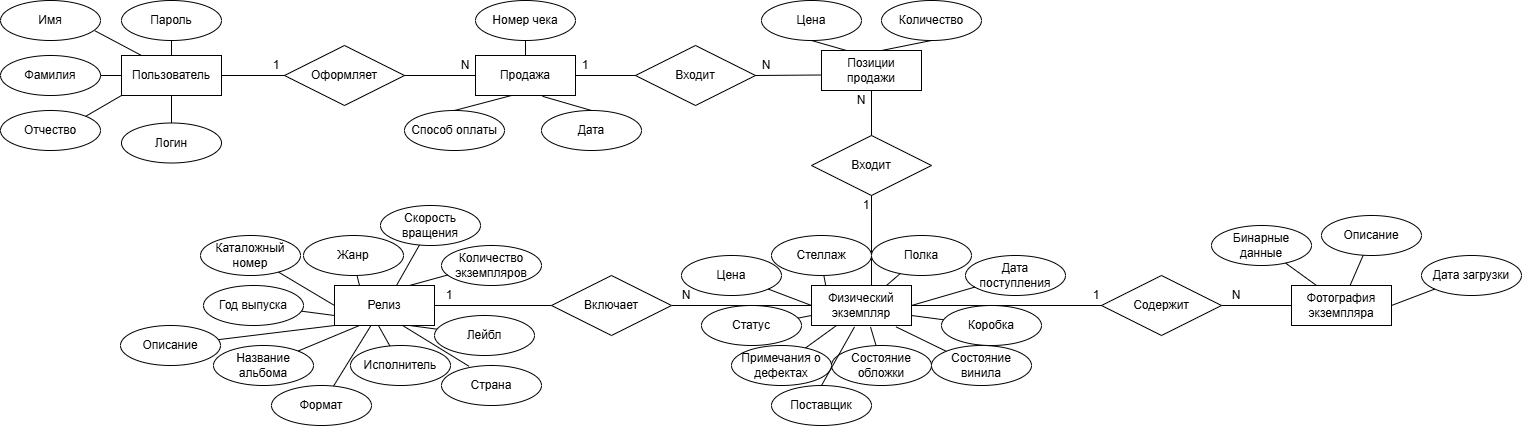
Before: КонцептуальнаяМодель.drawio.png, a diagram exported from draw.io (Angelina20062025/MusicShopJava). Source tidied: cells renumbered, new cells last; positions are measured from the earlier drawing's top-left corner, leaving out a move shared by most shapes.
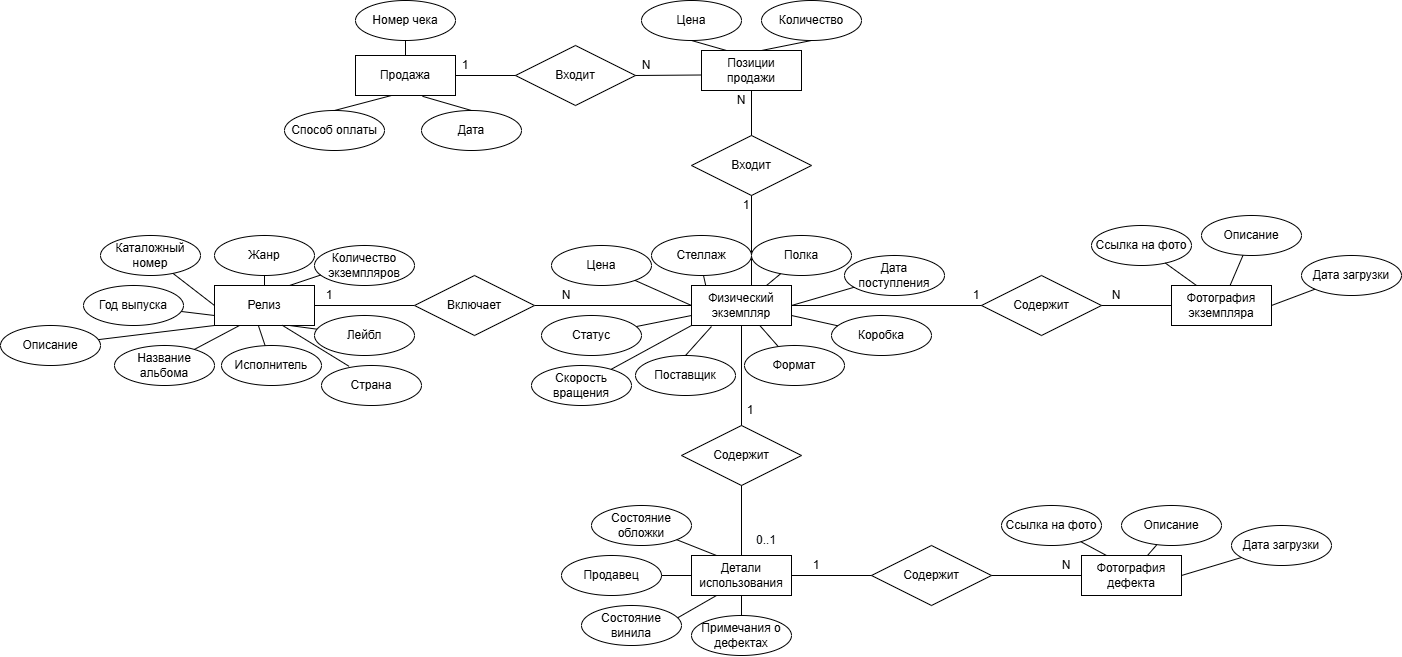
After the commit.

Commit message:
Дополнение моделей

What changed in the source:
```diff
@@ -6,25 +6,25 @@
       <mxGeometry x="811" y="285" width="100" height="40" as="geometry" />
     </mxCell>
     <mxCell id="3" value="Состояние обложки" style="ellipse;whiteSpace=wrap;html=1;align=center;" parent="1" vertex="1">
-      <mxGeometry x="831" y="345" width="100" height="40" as="geometry" />
+      <mxGeometry x="711" y="505" width="100" height="40" as="geometry" />
     </mxCell>
     <mxCell id="4" value="Название альбома" style="ellipse;whiteSpace=wrap;html=1;align=center;" parent="1" vertex="1">
-      <mxGeometry x="213" y="345" width="100" height="40" as="geometry" />
+      <mxGeometry x="234" y="345" width="100" height="40" as="geometry" />
     </mxCell>
     <mxCell id="5" value="Каталожный номер" style="ellipse;whiteSpace=wrap;html=1;align=center;" parent="1" vertex="1">
-      <mxGeometry x="200" y="235" width="100" height="40" as="geometry" />
+      <mxGeometry x="220" y="235" width="100" height="40" as="geometry" />
     </mxCell>
     <mxCell id="6" value="Количество экземпляров" style="ellipse;whiteSpace=wrap;html=1;align=center;" parent="1" vertex="1">
-      <mxGeometry x="441" y="245" width="100" height="40" as="geometry" />
+      <mxGeometry x="434" y="245" width="100" height="40" as="geometry" />
     </mxCell>
     <mxCell id="7" value="Состояние винила" style="ellipse;whiteSpace=wrap;html=1;align=center;" parent="1" vertex="1">
-      <mxGeometry x="931" y="345" width="100" height="40" as="geometry" />
+      <mxGeometry x="701" y="605" width="100" height="40" as="geometry" />
     </mxCell>
     <mxCell id="8" value="Год выпуска" style="ellipse;whiteSpace=wrap;html=1;align=center;" parent="1" vertex="1">
       <mxGeometry x="203" y="285" width="100" height="40" as="geometry" />
     </mxCell>
     <mxCell id="9" value="Исполнитель" style="ellipse;whiteSpace=wrap;html=1;align=center;" parent="1" vertex="1">
-      <mxGeometry x="350" y="345" width="100" height="40" as="geometry" />
+      <mxGeometry x="341" y="345" width="100" height="40" as="geometry" />
     </mxCell>
     <mxCell id="10" style="endArrow=none;html=1;rounded=0;entryX=0.438;entryY=0.995;entryDx=0;entryDy=0;entryPerimeter=0;" parent="1" edge="1" source="9" target="75">
       <mxGeometry relative="1" as="geometry" />
@@ -32,13 +32,13 @@
     <mxCell id="11" style="endArrow=none;html=1;rounded=0;entryX=0;entryY=0.5;entryDx=0;entryDy=0;" parent="1" edge="1" source="5" target="75">
       <mxGeometry relative="1" as="geometry" />
     </mxCell>
-    <mxCell id="12" style="endArrow=none;html=1;rounded=0;entryX=0;entryY=0;entryDx=0;entryDy=0;exitX=0.846;exitY=1.035;exitDx=0;exitDy=0;exitPerimeter=0;" parent="1" edge="1" source="2" target="7">
+    <mxCell id="12" style="endArrow=none;html=1;rounded=0;entryX=0.965;entryY=0.303;entryDx=0;entryDy=0;exitX=0.25;exitY=1;exitDx=0;exitDy=0;entryPerimeter=0;" parent="1" edge="1" source="101" target="7">
       <mxGeometry relative="1" as="geometry" />
     </mxCell>
     <mxCell id="13" style="endArrow=none;html=1;rounded=0;entryX=0.75;entryY=0;entryDx=0;entryDy=0;exitX=0.066;exitY=0.735;exitDx=0;exitDy=0;exitPerimeter=0;" parent="1" edge="1" source="6" target="75">
       <mxGeometry relative="1" as="geometry" />
     </mxCell>
-    <mxCell id="14" style="endArrow=none;html=1;rounded=0;entryX=0.59;entryY=1.035;entryDx=0;entryDy=0;entryPerimeter=0;" parent="1" edge="1" source="3" target="2">
+    <mxCell id="14" style="endArrow=none;html=1;rounded=0;entryX=0.25;entryY=0;entryDx=0;entryDy=0;" parent="1" edge="1" source="3" target="101">
       <mxGeometry relative="1" as="geometry" />
     </mxCell>
     <mxCell id="15" style="endArrow=none;html=1;rounded=0;exitX=0.25;exitY=1;exitDx=0;exitDy=0;" parent="1" edge="1" source="75" target="4">
@@ -65,9 +65,6 @@
     <mxCell id="22" value="Количество" style="ellipse;whiteSpace=wrap;html=1;align=center;" parent="1" vertex="1">
       <mxGeometry x="881" width="100" height="40" as="geometry" />
     </mxCell>
-    <mxCell id="23" value="Пользователь" style="whiteSpace=wrap;html=1;align=center;" parent="1" vertex="1">
-      <mxGeometry x="121" y="55" width="100" height="40" as="geometry" />
-    </mxCell>
     <mxCell id="24" style="endArrow=none;html=1;rounded=0;exitX=0.6;exitY=0;exitDx=0;exitDy=0;exitPerimeter=0;" parent="1" edge="1" source="2">
       <mxGeometry relative="1" as="geometry">
         <mxPoint x="871" y="145" as="targetPoint" />
@@ -115,23 +112,6 @@
     <mxCell id="35" value="1" style="text;html=1;whiteSpace=wrap;strokeColor=none;fillColor=none;align=center;verticalAlign=middle;rounded=0;" parent="1" vertex="1">
       <mxGeometry x="570" y="55" width="30" height="20" as="geometry" />
     </mxCell>
-    <mxCell id="36" style="endArrow=none;html=1;rounded=0;entryX=0.058;entryY=0.5;entryDx=0;entryDy=0;entryPerimeter=0;" parent="1" edge="1" target="37">
-      <mxGeometry relative="1" as="geometry">
-        <mxPoint x="221" y="75" as="sourcePoint" />
-      </mxGeometry>
-    </mxCell>
-    <mxCell id="37" value="Оформляет" style="shape=rhombus;perimeter=rhombusPerimeter;whiteSpace=wrap;html=1;align=center;" parent="1" vertex="1">
-      <mxGeometry x="284" y="45" width="120" height="60" as="geometry" />
-    </mxCell>
-    <mxCell id="38" style="endArrow=none;html=1;rounded=0;entryX=0;entryY=0.5;entryDx=0;entryDy=0;exitX=1;exitY=0.5;exitDx=0;exitDy=0;" parent="1" edge="1" source="37" target="17">
-      <mxGeometry relative="1" as="geometry" />
-    </mxCell>
-    <mxCell id="39" value="1" style="text;html=1;whiteSpace=wrap;strokeColor=none;fillColor=none;align=center;verticalAlign=middle;rounded=0;" parent="1" vertex="1">
-      <mxGeometry x="261" y="55" width="30" height="20" as="geometry" />
-    </mxCell>
-    <mxCell id="40" value="N" style="text;html=1;whiteSpace=wrap;strokeColor=none;fillColor=none;align=center;verticalAlign=middle;rounded=0;" parent="1" vertex="1">
-      <mxGeometry x="450" y="55" width="30" height="20" as="geometry" />
-    </mxCell>
     <mxCell id="41" style="endArrow=none;html=1;rounded=0;exitX=0.67;exitY=1.02;exitDx=0;exitDy=0;exitPerimeter=0;entryX=0.5;entryY=0;entryDx=0;entryDy=0;" parent="1" edge="1" source="17" target="19">
       <mxGeometry relative="1" as="geometry" />
     </mxCell>
@@ -140,47 +120,13 @@
         <mxPoint x="511" y="95" as="targetPoint" />
       </mxGeometry>
     </mxCell>
-    <mxCell id="43" value="Фамилия" style="ellipse;whiteSpace=wrap;html=1;align=center;" parent="1" vertex="1">
-      <mxGeometry y="55" width="100" height="40" as="geometry" />
-    </mxCell>
-    <mxCell id="44" value="Имя" style="ellipse;whiteSpace=wrap;html=1;align=center;" parent="1" vertex="1">
-      <mxGeometry width="100" height="40" as="geometry" />
-    </mxCell>
-    <mxCell id="45" style="endArrow=none;html=1;rounded=0;exitX=1;exitY=0.5;exitDx=0;exitDy=0;entryX=0;entryY=0.5;entryDx=0;entryDy=0;" parent="1" edge="1" source="43">
-      <mxGeometry relative="1" as="geometry">
-        <mxPoint x="121" y="75" as="targetPoint" />
-      </mxGeometry>
-    </mxCell>
-    <mxCell id="46" style="endArrow=none;html=1;rounded=0;exitX=0.5;exitY=0;exitDx=0;exitDy=0;entryX=0.942;entryY=0.754;entryDx=0;entryDy=0;entryPerimeter=0;" parent="1" edge="1" target="44">
-      <mxGeometry relative="1" as="geometry">
-        <mxPoint x="141" y="55" as="sourcePoint" />
-      </mxGeometry>
-    </mxCell>
-    <mxCell id="47" value="Отчество" style="ellipse;whiteSpace=wrap;html=1;align=center;" parent="1" vertex="1">
-      <mxGeometry y="110" width="100" height="40" as="geometry" />
-    </mxCell>
-    <mxCell id="48" style="endArrow=none;html=1;rounded=0;exitX=1;exitY=0;exitDx=0;exitDy=0;entryX=0;entryY=1;entryDx=0;entryDy=0;" parent="1" edge="1" source="47" target="23">
-      <mxGeometry relative="1" as="geometry" />
-    </mxCell>
-    <mxCell id="49" value="Логин" style="ellipse;whiteSpace=wrap;html=1;align=center;" parent="1" vertex="1">
-      <mxGeometry x="121" y="122.5" width="100" height="40" as="geometry" />
-    </mxCell>
-    <mxCell id="50" value="Пароль" style="ellipse;whiteSpace=wrap;html=1;align=center;" parent="1" vertex="1">
-      <mxGeometry x="121" width="100" height="40" as="geometry" />
-    </mxCell>
-    <mxCell id="51" style="endArrow=none;html=1;rounded=0;entryX=0.5;entryY=1;entryDx=0;entryDy=0;exitX=0.5;exitY=0;exitDx=0;exitDy=0;" parent="1" edge="1" source="23" target="50">
-      <mxGeometry relative="1" as="geometry" />
-    </mxCell>
-    <mxCell id="52" style="endArrow=none;html=1;rounded=0;exitX=0.5;exitY=0;exitDx=0;exitDy=0;entryX=0.5;entryY=1;entryDx=0;entryDy=0;" parent="1" edge="1" source="49" target="23">
-      <mxGeometry relative="1" as="geometry" />
-    </mxCell>
     <mxCell id="53" value="Фотография экземпляра" style="whiteSpace=wrap;html=1;align=center;" parent="1" vertex="1">
       <mxGeometry x="1291" y="285" width="100" height="40" as="geometry" />
     </mxCell>
     <mxCell id="54" value="Дата загрузки" style="ellipse;whiteSpace=wrap;html=1;align=center;" parent="1" vertex="1">
       <mxGeometry x="1421" y="255" width="100" height="40" as="geometry" />
     </mxCell>
-    <mxCell id="55" value="Бинарные данные" style="ellipse;whiteSpace=wrap;html=1;align=center;" parent="1" vertex="1">
+    <mxCell id="55" value="Ссылка на фото" style="ellipse;whiteSpace=wrap;html=1;align=center;" parent="1" vertex="1">
       <mxGeometry x="1211" y="225" width="100" height="40" as="geometry" />
     </mxCell>
     <mxCell id="56" value="Описание" style="ellipse;whiteSpace=wrap;html=1;align=center;" parent="1" vertex="1">
@@ -196,19 +142,19 @@
       <mxGeometry relative="1" as="geometry" />
     </mxCell>
     <mxCell id="60" value="Примечания о дефектах" style="ellipse;whiteSpace=wrap;html=1;align=center;" parent="1" vertex="1">
-      <mxGeometry x="731" y="345" width="100" height="40" as="geometry" />
+      <mxGeometry x="811" y="615" width="100" height="40" as="geometry" />
     </mxCell>
-    <mxCell id="61" style="endArrow=none;html=1;rounded=0;entryX=0.25;entryY=1;entryDx=0;entryDy=0;" parent="1" edge="1" source="60" target="2">
+    <mxCell id="61" style="endArrow=none;html=1;rounded=0;entryX=0.5;entryY=1;entryDx=0;entryDy=0;" parent="1" edge="1" source="60" target="101">
       <mxGeometry relative="1" as="geometry" />
     </mxCell>
     <mxCell id="62" value="Цена" style="ellipse;whiteSpace=wrap;html=1;align=center;" parent="1" vertex="1">
-      <mxGeometry x="681" y="255" width="100" height="40" as="geometry" />
+      <mxGeometry x="671" y="245" width="100" height="40" as="geometry" />
     </mxCell>
     <mxCell id="63" style="endArrow=none;html=1;rounded=0;entryX=0;entryY=0.5;entryDx=0;entryDy=0;" parent="1" edge="1" source="62" target="2">
       <mxGeometry relative="1" as="geometry" />
     </mxCell>
     <mxCell id="64" value="Коробка" style="ellipse;whiteSpace=wrap;html=1;align=center;" parent="1" vertex="1">
-      <mxGeometry x="941" y="305" width="100" height="40" as="geometry" />
+      <mxGeometry x="951" y="315" width="100" height="40" as="geometry" />
     </mxCell>
     <mxCell id="65" style="endArrow=none;html=1;rounded=0;entryX=1;entryY=0.75;entryDx=0;entryDy=0;" parent="1" edge="1" source="64" target="2">
       <mxGeometry relative="1" as="geometry" />
@@ -226,16 +172,16 @@
       <mxGeometry relative="1" as="geometry" />
     </mxCell>
     <mxCell id="70" value="Статус" style="ellipse;whiteSpace=wrap;html=1;align=center;" parent="1" vertex="1">
-      <mxGeometry x="701" y="305" width="100" height="40" as="geometry" />
+      <mxGeometry x="661" y="315" width="100" height="40" as="geometry" />
     </mxCell>
     <mxCell id="71" style="endArrow=none;html=1;rounded=0;entryX=0;entryY=0.75;entryDx=0;entryDy=0;" parent="1" edge="1" source="70" target="2">
       <mxGeometry relative="1" as="geometry" />
     </mxCell>
     <mxCell id="72" value="Поставщик" style="ellipse;whiteSpace=wrap;html=1;align=center;" parent="1" vertex="1">
-      <mxGeometry x="771" y="385" width="100" height="40" as="geometry" />
+      <mxGeometry x="755" y="355" width="100" height="40" as="geometry" />
     </mxCell>
     <mxCell id="73" value="Дата поступления" style="ellipse;whiteSpace=wrap;html=1;align=center;" parent="1" vertex="1">
-      <mxGeometry x="965" y="255" width="100" height="40" as="geometry" />
+      <mxGeometry x="964" y="255" width="100" height="40" as="geometry" />
     </mxCell>
     <mxCell id="74" style="endArrow=none;html=1;rounded=0;entryX=1;entryY=0.5;entryDx=0;entryDy=0;" parent="1" edge="1" source="73" target="2">
       <mxGeometry relative="1" as="geometry" />
@@ -260,24 +206,22 @@
       </mxGeometry>
     </mxCell>
     <mxCell id="80" value="Жанр" style="ellipse;whiteSpace=wrap;html=1;align=center;" parent="1" vertex="1">
-      <mxGeometry x="303" y="235" width="100" height="40" as="geometry" />
+      <mxGeometry x="334" y="235" width="100" height="40" as="geometry" />
     </mxCell>
-    <mxCell id="81" style="endArrow=none;html=1;rounded=0;entryX=0.25;entryY=0;entryDx=0;entryDy=0;" parent="1" edge="1" source="80" target="75">
+    <mxCell id="81" style="endArrow=none;html=1;rounded=0;entryX=0.5;entryY=0;entryDx=0;entryDy=0;" parent="1" edge="1" source="80" target="75">
       <mxGeometry relative="1" as="geometry" />
     </mxCell>
     <mxCell id="82" value="Формат" style="ellipse;whiteSpace=wrap;html=1;align=center;" parent="1" vertex="1">
-      <mxGeometry x="271" y="385" width="100" height="40" as="geometry" />
+      <mxGeometry x="864" y="345" width="100" height="40" as="geometry" />
     </mxCell>
-    <mxCell id="83" style="endArrow=none;html=1;rounded=0;entryX=0.366;entryY=0.995;entryDx=0;entryDy=0;entryPerimeter=0;" parent="1" edge="1" source="82" target="75">
+    <mxCell id="83" style="endArrow=none;html=1;rounded=0;entryX=0.682;entryY=0.997;entryDx=0;entryDy=0;entryPerimeter=0;" parent="1" edge="1" source="82" target="2">
       <mxGeometry relative="1" as="geometry" />
     </mxCell>
     <mxCell id="84" value="Скорость вращения" style="ellipse;whiteSpace=wrap;html=1;align=center;" parent="1" vertex="1">
-      <mxGeometry x="380" y="205" width="100" height="40" as="geometry" />
+      <mxGeometry x="651" y="365" width="100" height="40" as="geometry" />
     </mxCell>
-    <mxCell id="85" style="endArrow=none;html=1;rounded=0;" parent="1" edge="1" source="84">
-      <mxGeometry relative="1" as="geometry">
-        <mxPoint x="396" y="285" as="targetPoint" />
-      </mxGeometry>
+    <mxCell id="85" style="endArrow=none;html=1;rounded=0;entryX=0;entryY=1;entryDx=0;entryDy=0;" parent="1" edge="1" source="84" target="2">
+      <mxGeometry relative="1" as="geometry" />
     </mxCell>
     <mxCell id="86" value="Описание" style="ellipse;whiteSpace=wrap;html=1;align=center;" parent="1" vertex="1">
       <mxGeometry x="120" y="325" width="100" height="40" as="geometry" />
@@ -298,10 +242,12 @@
       <mxGeometry x="434" y="285" width="30" height="20" as="geometry" />
     </mxCell>
     <mxCell id="92" value="Включает" style="shape=rhombus;perimeter=rhombusPerimeter;whiteSpace=wrap;html=1;align=center;" parent="1" vertex="1">
-      <mxGeometry x="551" y="275" width="120" height="60" as="geometry" />
+      <mxGeometry x="534" y="275" width="120" height="60" as="geometry" />
     </mxCell>
-    <mxCell id="93" style="endArrow=none;html=1;rounded=0;entryX=0.5;entryY=0;entryDx=0;entryDy=0;exitX=0.43;exitY=1.035;exitDx=0;exitDy=0;exitPerimeter=0;" parent="1" edge="1" source="2" target="72">
-      <mxGeometry relative="1" as="geometry" />
+    <mxCell id="93" style="endArrow=none;html=1;rounded=0;entryX=0.5;entryY=0;entryDx=0;entryDy=0;" parent="1" edge="1" target="72">
+      <mxGeometry relative="1" as="geometry">
+        <mxPoint x="831" y="326" as="sourcePoint" />
+      </mxGeometry>
     </mxCell>
     <mxCell id="94" value="Содержит" style="shape=rhombus;perimeter=rhombusPerimeter;whiteSpace=wrap;html=1;align=center;" parent="1" vertex="1">
       <mxGeometry x="1101" y="275" width="120" height="60" as="geometry" />
@@ -326,5 +272,65 @@
     <mxCell id="100" style="endArrow=none;html=1;rounded=0;entryX=0.5;entryY=0;entryDx=0;entryDy=0;" parent="1" edge="1" source="99" target="17">
       <mxGeometry relative="1" as="geometry" />
     </mxCell>
+    <mxCell id="101" value="Детали использования" style="whiteSpace=wrap;html=1;align=center;" parent="1" vertex="1">
+      <mxGeometry x="811" y="555" width="100" height="40" as="geometry" />
+    </mxCell>
+    <mxCell id="102" value="Продавец" style="ellipse;whiteSpace=wrap;html=1;align=center;" parent="1" vertex="1">
+      <mxGeometry x="681" y="555" width="100" height="40" as="geometry" />
+    </mxCell>
+    <mxCell id="103" style="endArrow=none;html=1;rounded=0;exitX=0;exitY=0.5;exitDx=0;exitDy=0;entryX=1;entryY=0.5;entryDx=0;entryDy=0;" parent="1" edge="1" source="101" target="102">
+      <mxGeometry relative="1" as="geometry" />
+    </mxCell>
+    <mxCell id="104" value="Фотография дефекта" style="whiteSpace=wrap;html=1;align=center;" parent="1" vertex="1">
+      <mxGeometry x="1201" y="555" width="100" height="40" as="geometry" />
+    </mxCell>
+    <mxCell id="105" value="Дата загрузки" style="ellipse;whiteSpace=wrap;html=1;align=center;" parent="1" vertex="1">
+      <mxGeometry x="1351" y="525" width="100" height="40" as="geometry" />
+    </mxCell>
+    <mxCell id="106" value="Ссылка на фото" style="ellipse;whiteSpace=wrap;html=1;align=center;" parent="1" vertex="1">
+      <mxGeometry x="1121" y="505" width="100" height="40" as="geometry" />
+    </mxCell>
+    <mxCell id="107" value="Описание" style="ellipse;whiteSpace=wrap;html=1;align=center;" parent="1" vertex="1">
+      <mxGeometry x="1241" y="505" width="100" height="40" as="geometry" />
+    </mxCell>
+    <mxCell id="108" style="endArrow=none;html=1;rounded=0;entryX=0.25;entryY=0;entryDx=0;entryDy=0;" parent="1" edge="1" source="106" target="104">
+      <mxGeometry relative="1" as="geometry" />
+    </mxCell>
+    <mxCell id="109" style="endArrow=none;html=1;rounded=0;" parent="1" edge="1" source="107" target="104">
+      <mxGeometry relative="1" as="geometry" />
+    </mxCell>
+    <mxCell id="110" style="endArrow=none;html=1;rounded=0;entryX=1;entryY=0.5;entryDx=0;entryDy=0;" parent="1" edge="1" source="105" target="104">
+      <mxGeometry relative="1" as="geometry" />
+    </mxCell>
+    <mxCell id="111" value="Содержит" style="shape=rhombus;perimeter=rhombusPerimeter;whiteSpace=wrap;html=1;align=center;" parent="1" vertex="1">
+      <mxGeometry x="991" y="545" width="120" height="60" as="geometry" />
+    </mxCell>
+    <mxCell id="112" style="endArrow=none;html=1;rounded=0;exitX=1;exitY=0.5;exitDx=0;exitDy=0;entryX=0;entryY=0.5;entryDx=0;entryDy=0;" parent="1" edge="1" source="111" target="104">
+      <mxGeometry relative="1" as="geometry" />
+    </mxCell>
+    <mxCell id="40" value="N" style="text;html=1;whiteSpace=wrap;strokeColor=none;fillColor=none;align=center;verticalAlign=middle;rounded=0;" parent="1" vertex="1">
+      <mxGeometry x="1171" y="555" width="30" height="20" as="geometry" />
+    </mxCell>
+    <mxCell id="113" value="1" style="text;html=1;whiteSpace=wrap;strokeColor=none;fillColor=none;align=center;verticalAlign=middle;rounded=0;" parent="1" vertex="1">
+      <mxGeometry x="921" y="555" width="30" height="20" as="geometry" />
+    </mxCell>
+    <mxCell id="114" value="Содержит" style="shape=rhombus;perimeter=rhombusPerimeter;whiteSpace=wrap;html=1;align=center;" parent="1" vertex="1">
+      <mxGeometry x="801" y="425" width="120" height="60" as="geometry" />
+    </mxCell>
+    <mxCell id="115" style="endArrow=none;html=1;rounded=0;entryX=0.5;entryY=1;entryDx=0;entryDy=0;exitX=0.5;exitY=0;exitDx=0;exitDy=0;" parent="1" edge="1" source="114" target="2">
+      <mxGeometry relative="1" as="geometry" />
+    </mxCell>
+    <mxCell id="116" style="endArrow=none;html=1;rounded=0;entryX=0.5;entryY=1;entryDx=0;entryDy=0;exitX=0.5;exitY=0;exitDx=0;exitDy=0;" parent="1" edge="1" source="101" target="114">
+      <mxGeometry relative="1" as="geometry" />
+    </mxCell>
+    <mxCell id="117" style="endArrow=none;html=1;rounded=0;exitX=1;exitY=0.5;exitDx=0;exitDy=0;entryX=0;entryY=0.5;entryDx=0;entryDy=0;" parent="1" edge="1" source="101" target="111">
+      <mxGeometry relative="1" as="geometry" />
+    </mxCell>
+    <mxCell id="118" value="&lt;span style=&quot;color: rgb(15, 17, 21); text-align: start; background-color: rgb(255, 255, 255);&quot;&gt;&lt;font face=&quot;Helvetica&quot;&gt;0..1&lt;/font&gt;&lt;/span&gt;" style="text;html=1;whiteSpace=wrap;strokeColor=none;fillColor=none;align=center;verticalAlign=middle;rounded=0;" parent="1" vertex="1">
+      <mxGeometry x="871" y="525" width="30" height="30" as="geometry" />
+    </mxCell>
+    <mxCell id="119" value="1" style="text;html=1;whiteSpace=wrap;strokeColor=none;fillColor=none;align=center;verticalAlign=middle;rounded=0;" parent="1" vertex="1">
+      <mxGeometry x="855" y="400" width="30" height="20" as="geometry" />
+    </mxCell>
   </root>
 </mxGraphModel>
```
